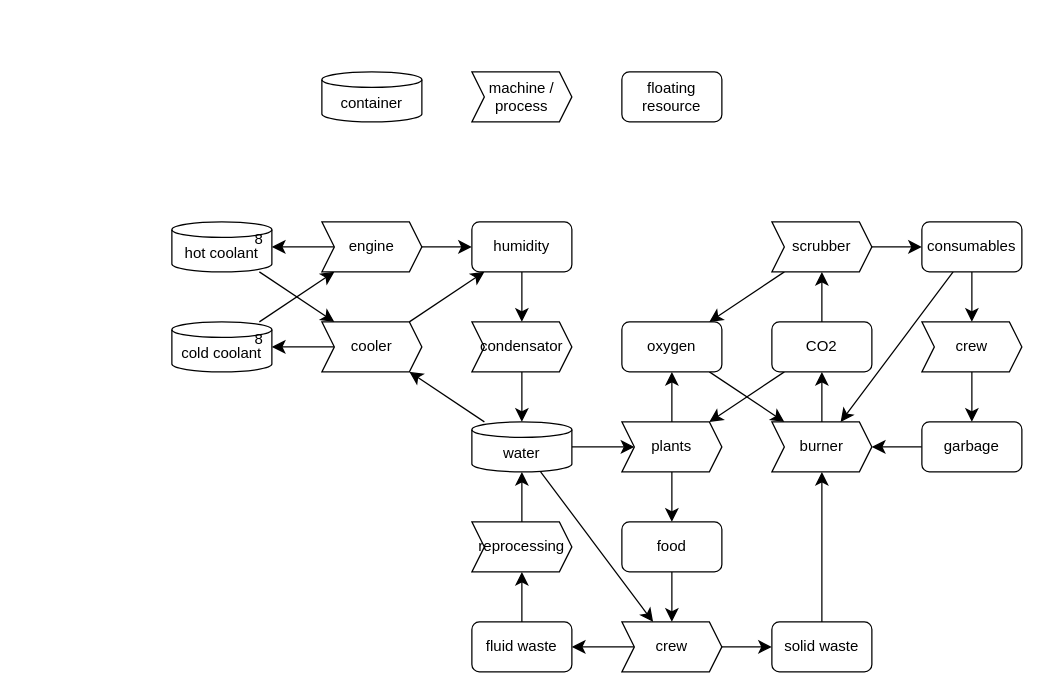
Before: resource_flow_diagram.drawio in XFajk/GMTK2025Game, a draw.io diagram. Source tidied: cells renumbered, new cells numbered last; positions are measured from the earlier drawing's top-left corner, leaving out a move shared by most shapes. Both pictures are drawn from the tidied source at 125%, with x=0, y=0 at pixel (171, 71).
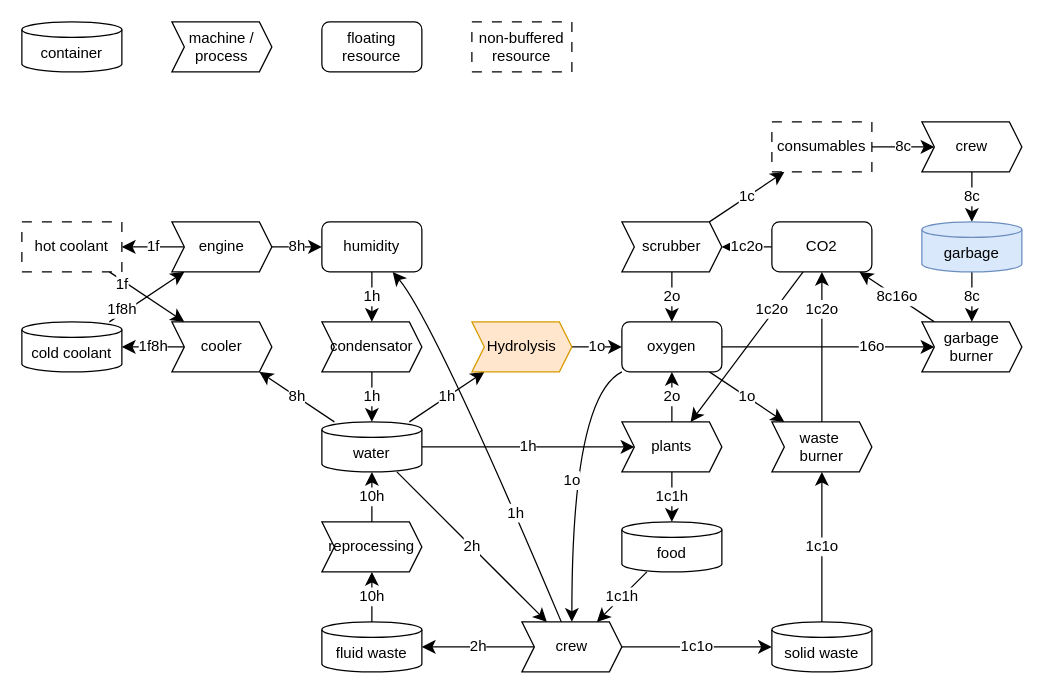
The same page after the edit.

Commit message:
add atoms to resource flows

Unchanged cells that the change refers to:
```xml
<mxCell id="10" value="oxygen" style="rounded=1;whiteSpace=wrap;html=1;" parent="1" vertex="1">
  <mxGeometry x="360" y="200" width="80" height="40" as="geometry" />
</mxCell>
<mxCell id="23" value="plants" style="shape=step;perimeter=stepPerimeter;whiteSpace=wrap;html=1;fixedSize=1;size=10;" parent="1" vertex="1">
  <mxGeometry x="360" y="280" width="80" height="40" as="geometry" />
</mxCell>
```

What changed in the source:
```diff
@@
     <mxCell id="2" value="container" style="shape=cylinder3;whiteSpace=wrap;html=1;boundedLbl=1;backgroundOutline=1;size=6.206904970366395;" parent="1" vertex="1">
-      <mxGeometry x="120" width="80" height="40" as="geometry" />
+      <mxGeometry x="-120" y="-40" width="80" height="40" as="geometry" />
     </mxCell>
     <mxCell id="3" value="machine / process" style="shape=step;perimeter=stepPerimeter;whiteSpace=wrap;html=1;fixedSize=1;size=10;" parent="1" vertex="1">
-      <mxGeometry x="240" width="80" height="40" as="geometry" />
+      <mxGeometry y="-40" width="80" height="40" as="geometry" />
     </mxCell>
     <mxCell id="4" value="floating resource" style="rounded=1;whiteSpace=wrap;html=1;" parent="1" vertex="1">
-      <mxGeometry x="360" width="80" height="40" as="geometry" />
+      <mxGeometry x="120" y="-40" width="80" height="40" as="geometry" />
     </mxCell>
-    <mxCell id="5" style="edgeStyle=none;curved=1;rounded=0;jettySize=auto;html=1;fontSize=12;startSize=8;endSize=8;" parent="1" edge="1" source="8" target="20">
+    <mxCell id="5" value="8h" style="edgeStyle=none;curved=1;rounded=0;jettySize=auto;html=1;fontSize=12;startSize=8;endSize=8;" parent="1" edge="1" source="8" target="20">
       <mxGeometry relative="1" as="geometry" />
     </mxCell>
-    <mxCell id="6" style="edgeStyle=none;curved=1;rounded=0;jettySize=auto;html=1;fontSize=12;startSize=8;endSize=8;" parent="1" edge="1" source="8" target="23">
+    <mxCell id="6" value="1h" style="edgeStyle=none;curved=1;rounded=0;jettySize=auto;html=1;fontSize=12;startSize=8;endSize=8;" parent="1" edge="1" source="8" target="23">
       <mxGeometry relative="1" as="geometry" />
     </mxCell>
-    <mxCell id="7" style="edgeStyle=none;curved=1;rounded=0;jettySize=auto;html=1;fontSize=12;startSize=8;endSize=8;" parent="1" edge="1" source="8" target="30">
+    <mxCell id="7" value="2h" style="edgeStyle=none;curved=1;rounded=0;jettySize=auto;html=1;fontSize=12;startSize=8;endSize=8;" parent="1" edge="1" source="8" target="30">
       <mxGeometry relative="1" as="geometry" />
     </mxCell>
+    <mxCell id="56" value="1h" style="edgeStyle=none;curved=1;rounded=0;jettySize=auto;html=1;fontSize=12;startSize=8;endSize=8;" parent="1" edge="1" source="8" target="61">
+      <mxGeometry relative="1" as="geometry" />
+    </mxCell>
     <mxCell id="8" value="water" style="shape=cylinder3;whiteSpace=wrap;html=1;boundedLbl=1;backgroundOutline=1;size=6.206904970366395;" parent="1" vertex="1">
-      <mxGeometry x="240" y="280" width="80" height="40" as="geometry" />
+      <mxGeometry x="120" y="280" width="80" height="40" as="geometry" />
     </mxCell>
-    <mxCell id="9" style="edgeStyle=none;curved=1;rounded=0;jettySize=auto;html=1;fontSize=12;startSize=8;endSize=8;" parent="1" edge="1" source="10" target="51">
+    <mxCell id="9" value="1o" style="edgeStyle=none;curved=1;rounded=0;jettySize=auto;html=1;fontSize=12;startSize=8;endSize=8;" parent="1" edge="1" source="10" target="51">
       <mxGeometry relative="1" as="geometry" />
     </mxCell>
+    <mxCell id="57" value="1o" style="edgeStyle=none;curved=1;rounded=0;jettySize=auto;html=1;fontSize=12;startSize=8;endSize=8;" parent="1" edge="1" source="10" target="30">
+      <mxGeometry relative="1" as="geometry">
+        <Array as="points">
+          <mxPoint x="320" y="260" />
+        </Array>
+      </mxGeometry>
+    </mxCell>
+    <mxCell id="58" value="16o" style="edgeStyle=none;curved=1;rounded=0;jettySize=auto;html=1;fontSize=12;startSize=8;endSize=8;" parent="1" edge="1" source="10" target="64">
+      <mxGeometry x="0.41" relative="1" as="geometry" />
+    </mxCell>
@@
-    <mxCell id="11" style="edgeStyle=none;curved=1;rounded=0;jettySize=auto;html=1;fontSize=12;startSize=8;endSize=8;" parent="1" edge="1" source="12" target="20">
-      <mxGeometry relative="1" as="geometry" />
+    <mxCell id="11" value="1f" style="edgeStyle=none;curved=1;rounded=0;jettySize=auto;html=1;fontSize=12;startSize=8;endSize=8;" parent="1" edge="1" source="12" target="20">
+      <mxGeometry x="-0.62" y="-3" relative="1" as="geometry" />
     </mxCell>
-    <mxCell id="12" value="hot coolant" style="shape=cylinder3;whiteSpace=wrap;html=1;boundedLbl=1;backgroundOutline=1;size=6.206904970366395;" parent="1" vertex="1">
-      <mxGeometry y="120" width="80" height="40" as="geometry" />
-    </mxCell>
-    <mxCell id="13" style="edgeStyle=none;curved=1;rounded=0;jettySize=auto;html=1;fontSize=12;startSize=8;endSize=8;" parent="1" edge="1" source="14" target="17">
-      <mxGeometry relative="1" as="geometry" />
+    <mxCell id="13" value="1f8h" style="edgeStyle=none;curved=1;rounded=0;jettySize=auto;html=1;fontSize=12;startSize=8;endSize=8;" parent="1" edge="1" source="14" target="17">
+      <mxGeometry x="-0.62" y="3" relative="1" as="geometry" />
     </mxCell>
     <mxCell id="14" value="cold coolant" style="shape=cylinder3;whiteSpace=wrap;html=1;boundedLbl=1;backgroundOutline=1;size=6.206904970366395;" parent="1" vertex="1">
-      <mxGeometry y="200" width="80" height="40" as="geometry" />
+      <mxGeometry x="-120" y="200" width="80" height="40" as="geometry" />
     </mxCell>
-    <mxCell id="15" style="edgeStyle=none;curved=1;rounded=0;jettySize=auto;html=1;fontSize=12;startSize=8;endSize=8;" parent="1" edge="1" source="17" target="12">
+    <mxCell id="15" value="1f" style="edgeStyle=none;curved=1;rounded=0;jettySize=auto;html=1;fontSize=12;startSize=8;endSize=8;" parent="1" edge="1" source="17" target="12">
       <mxGeometry relative="1" as="geometry" />
     </mxCell>
-    <mxCell id="16" style="edgeStyle=none;curved=1;rounded=0;jettySize=auto;html=1;fontSize=12;startSize=8;endSize=8;" parent="1" edge="1" source="17" target="32">
+    <mxCell id="16" value="8h" style="edgeStyle=none;curved=1;rounded=0;jettySize=auto;html=1;fontSize=12;startSize=8;endSize=8;" parent="1" edge="1" source="17" target="32">
       <mxGeometry relative="1" as="geometry" />
     </mxCell>
     <mxCell id="17" value="engine" style="shape=step;perimeter=stepPerimeter;whiteSpace=wrap;html=1;fixedSize=1;size=10;" parent="1" vertex="1">
-      <mxGeometry x="120" y="120" width="80" height="40" as="geometry" />
+      <mxGeometry y="120" width="80" height="40" as="geometry" />
     </mxCell>
-    <mxCell id="18" style="edgeStyle=none;curved=1;rounded=0;jettySize=auto;html=1;fontSize=12;startSize=8;endSize=8;" parent="1" edge="1" source="20" target="14">
+    <mxCell id="18" value="1f8h" style="edgeStyle=none;curved=1;rounded=0;jettySize=auto;html=1;fontSize=12;startSize=8;endSize=8;" parent="1" edge="1" source="20" target="14">
       <mxGeometry relative="1" as="geometry" />
     </mxCell>
-    <mxCell id="19" style="edgeStyle=none;curved=1;rounded=0;jettySize=auto;html=1;fontSize=12;startSize=8;endSize=8;" parent="1" edge="1" source="20" target="32">
-      <mxGeometry relative="1" as="geometry" />
-    </mxCell>
     <mxCell id="20" value="cooler" style="shape=step;perimeter=stepPerimeter;whiteSpace=wrap;html=1;fixedSize=1;size=10;" parent="1" vertex="1">
-      <mxGeometry x="120" y="200" width="80" height="40" as="geometry" />
+      <mxGeometry y="200" width="80" height="40" as="geometry" />
     </mxCell>
-    <mxCell id="21" style="edgeStyle=none;curved=1;rounded=0;jettySize=auto;html=1;fontSize=12;startSize=8;endSize=8;" parent="1" edge="1" source="23" target="27">
+    <mxCell id="21" value="1c1h" style="edgeStyle=none;curved=1;rounded=0;jettySize=auto;html=1;fontSize=12;startSize=8;endSize=8;" parent="1" edge="1" source="23" target="27">
       <mxGeometry relative="1" as="geometry" />
     </mxCell>
-    <mxCell id="22" style="edgeStyle=none;curved=1;rounded=0;jettySize=auto;html=1;fontSize=12;startSize=8;endSize=8;" parent="1" edge="1" source="23" target="10">
+    <mxCell id="22" value="2o" style="edgeStyle=none;curved=1;rounded=0;jettySize=auto;html=1;fontSize=12;startSize=8;endSize=8;" parent="1" edge="1" source="23" target="10">
       <mxGeometry relative="1" as="geometry" />
     </mxCell>
@@
-    <mxCell id="24" style="edgeStyle=none;curved=1;rounded=0;jettySize=auto;html=1;fontSize=12;startSize=8;endSize=8;" parent="1" edge="1" source="25" target="36">
-      <mxGeometry relative="1" as="geometry" />
-    </mxCell>
-    <mxCell id="25" value="fluid waste" style="rounded=1;whiteSpace=wrap;html=1;" parent="1" vertex="1">
-      <mxGeometry x="240" y="440" width="80" height="40" as="geometry" />
-    </mxCell>
-    <mxCell id="26" style="edgeStyle=none;curved=1;rounded=0;jettySize=auto;html=1;fontSize=12;startSize=8;endSize=8;" parent="1" edge="1" source="27" target="30">
+    <mxCell id="26" value="1c1h" style="edgeStyle=none;curved=1;rounded=0;jettySize=auto;html=1;fontSize=12;startSize=8;endSize=8;" parent="1" edge="1" source="27" target="30">
       <mxGeometry relative="1" as="geometry" />
     </mxCell>
-    <mxCell id="27" value="food" style="rounded=1;whiteSpace=wrap;html=1;" parent="1" vertex="1">
-      <mxGeometry x="360" y="360" width="80" height="40" as="geometry" />
-    </mxCell>
+    <mxCell id="29" value="1c1o" style="edgeStyle=none;curved=1;rounded=0;jettySize=auto;html=1;fontSize=12;startSize=8;endSize=8;" parent="1" edge="1" source="30" target="55">
+      <mxGeometry relative="1" as="geometry" />
+    </mxCell>
-    <mxCell id="28" style="edgeStyle=none;curved=1;rounded=0;jettySize=auto;html=1;fontSize=12;startSize=8;endSize=8;" parent="1" edge="1" source="30" target="25">
+    <mxCell id="28" value="2h" style="edgeStyle=none;curved=1;rounded=0;jettySize=auto;html=1;fontSize=12;startSize=8;endSize=8;" parent="1" edge="1" source="30" target="25">
       <mxGeometry relative="1" as="geometry" />
     </mxCell>
-    <mxCell id="29" style="edgeStyle=none;curved=1;rounded=0;jettySize=auto;html=1;fontSize=12;startSize=8;endSize=8;" parent="1" edge="1" source="30" target="55">
-      <mxGeometry relative="1" as="geometry" />
-    </mxCell>
+    <mxCell id="59" value="1h" style="edgeStyle=none;curved=1;rounded=0;jettySize=auto;html=1;fontSize=12;startSize=8;endSize=8;" parent="1" edge="1" source="30" target="32">
+      <mxGeometry x="-0.39" relative="1" as="geometry">
+        <Array as="points">
+          <mxPoint x="210" y="200" />
+        </Array>
+      </mxGeometry>
+    </mxCell>
     <mxCell id="30" value="crew" style="shape=step;perimeter=stepPerimeter;whiteSpace=wrap;html=1;fixedSize=1;size=10;" parent="1" vertex="1">
-      <mxGeometry x="360" y="440" width="80" height="40" as="geometry" />
+      <mxGeometry x="280" y="440" width="80" height="40" as="geometry" />
     </mxCell>
-    <mxCell id="31" style="edgeStyle=none;curved=1;rounded=0;jettySize=auto;html=1;fontSize=12;startSize=8;endSize=8;" parent="1" edge="1" source="32" target="34">
+    <mxCell id="31" value="1h" style="edgeStyle=none;curved=1;rounded=0;jettySize=auto;html=1;fontSize=12;startSize=8;endSize=8;" parent="1" edge="1" source="32" target="34">
       <mxGeometry relative="1" as="geometry" />
     </mxCell>
     <mxCell id="32" value="humidity" style="rounded=1;whiteSpace=wrap;html=1;" parent="1" vertex="1">
-      <mxGeometry x="240" y="120" width="80" height="40" as="geometry" />
+      <mxGeometry x="120" y="120" width="80" height="40" as="geometry" />
     </mxCell>
-    <mxCell id="33" style="edgeStyle=none;curved=1;rounded=0;jettySize=auto;html=1;fontSize=12;startSize=8;endSize=8;" parent="1" edge="1" source="34" target="8">
+    <mxCell id="33" value="1h" style="edgeStyle=none;curved=1;rounded=0;jettySize=auto;html=1;fontSize=12;startSize=8;endSize=8;" parent="1" edge="1" source="34" target="8">
       <mxGeometry relative="1" as="geometry" />
     </mxCell>
     <mxCell id="34" value="condensator" style="shape=step;perimeter=stepPerimeter;whiteSpace=wrap;html=1;fixedSize=1;size=10;" parent="1" vertex="1">
-      <mxGeometry x="240" y="200" width="80" height="40" as="geometry" />
+      <mxGeometry x="120" y="200" width="80" height="40" as="geometry" />
     </mxCell>
-    <mxCell id="35" style="edgeStyle=none;curved=1;rounded=0;jettySize=auto;html=1;fontSize=12;startSize=8;endSize=8;" parent="1" edge="1" source="36" target="8">
+    <mxCell id="35" value="10h" style="edgeStyle=none;curved=1;rounded=0;jettySize=auto;html=1;fontSize=12;startSize=8;endSize=8;" parent="1" edge="1" source="36" target="8">
       <mxGeometry relative="1" as="geometry" />
     </mxCell>
     <mxCell id="36" value="reprocessing" style="shape=step;perimeter=stepPerimeter;whiteSpace=wrap;html=1;fixedSize=1;size=10;" parent="1" vertex="1">
-      <mxGeometry x="240" y="360" width="80" height="40" as="geometry" />
+      <mxGeometry x="120" y="360" width="80" height="40" as="geometry" />
     </mxCell>
-    <mxCell id="37" style="edgeStyle=none;curved=1;rounded=0;jettySize=auto;html=1;fontSize=12;startSize=8;endSize=8;" parent="1" edge="1" source="40" target="23">
-      <mxGeometry relative="1" as="geometry" />
+    <mxCell id="37" value="1c2o" style="edgeStyle=none;curved=1;rounded=0;jettySize=auto;html=1;fontSize=12;startSize=8;endSize=8;" parent="1" edge="1" source="40" target="23">
+      <mxGeometry x="-0.48" y="-2" relative="1" as="geometry" />
     </mxCell>
-    <mxCell id="38" style="edgeStyle=none;curved=1;rounded=0;jettySize=auto;html=1;fontSize=12;startSize=8;endSize=8;" parent="1" edge="1" source="40" target="45">
+    <mxCell id="38" value="1c2o" style="edgeStyle=none;curved=1;rounded=0;jettySize=auto;html=1;fontSize=12;startSize=8;endSize=8;" parent="1" edge="1" source="40" target="45">
       <mxGeometry relative="1" as="geometry" />
     </mxCell>
-    <mxCell id="39" style="edgeStyle=none;curved=1;rounded=0;jettySize=auto;html=1;fontSize=12;startSize=8;endSize=8;" parent="1" edge="1" source="45" target="10">
+    <mxCell id="39" value="2o" style="edgeStyle=none;curved=1;rounded=0;jettySize=auto;html=1;fontSize=12;startSize=8;endSize=8;" parent="1" edge="1" source="45" target="10">
       <mxGeometry relative="1" as="geometry" />
     </mxCell>
     <mxCell id="40" value="CO2" style="rounded=1;whiteSpace=wrap;html=1;" parent="1" vertex="1">
-      <mxGeometry x="480" y="200" width="80" height="40" as="geometry" />
+      <mxGeometry x="480" y="120" width="80" height="40" as="geometry" />
     </mxCell>
-    <mxCell id="41" style="edgeStyle=none;curved=1;rounded=0;jettySize=auto;html=1;fontSize=12;startSize=8;endSize=8;" parent="1" edge="1" source="43" target="47">
-      <mxGeometry relative="1" as="geometry" />
-    </mxCell>
-    <mxCell id="42" style="edgeStyle=none;curved=1;rounded=0;jettySize=auto;html=1;fontSize=12;startSize=8;endSize=8;" parent="1" edge="1" source="43" target="51">
-      <mxGeometry relative="1" as="geometry" />
-    </mxCell>
-    <mxCell id="43" value="consumables" style="rounded=1;whiteSpace=wrap;html=1;" parent="1" vertex="1">
-      <mxGeometry x="600" y="120" width="80" height="40" as="geometry" />
-    </mxCell>
-    <mxCell id="44" style="edgeStyle=none;curved=1;rounded=0;jettySize=auto;html=1;fontSize=12;startSize=8;endSize=8;" parent="1" edge="1" source="45" target="43">
+    <mxCell id="44" value="1c" style="edgeStyle=none;curved=1;rounded=0;jettySize=auto;html=1;fontSize=12;startSize=8;endSize=8;" parent="1" edge="1" source="45" target="43">
       <mxGeometry relative="1" as="geometry" />
     </mxCell>
     <mxCell id="45" value="scrubber" style="shape=step;perimeter=stepPerimeter;whiteSpace=wrap;html=1;fixedSize=1;size=10;" parent="1" vertex="1">
-      <mxGeometry x="480" y="120" width="80" height="40" as="geometry" />
+      <mxGeometry x="360" y="120" width="80" height="40" as="geometry" />
     </mxCell>
-    <mxCell id="46" style="edgeStyle=none;curved=1;rounded=0;jettySize=auto;html=1;fontSize=12;startSize=8;endSize=8;" parent="1" edge="1" source="47" target="49">
+    <mxCell id="46" value="8c" style="edgeStyle=none;curved=1;rounded=0;jettySize=auto;html=1;fontSize=12;startSize=8;endSize=8;" parent="1" edge="1" source="47" target="49">
       <mxGeometry relative="1" as="geometry" />
     </mxCell>
     <mxCell id="47" value="crew" style="shape=step;perimeter=stepPerimeter;whiteSpace=wrap;html=1;fixedSize=1;size=10;" parent="1" vertex="1">
-      <mxGeometry x="600" y="200" width="80" height="40" as="geometry" />
+      <mxGeometry x="600" y="40" width="80" height="40" as="geometry" />
     </mxCell>
-    <mxCell id="48" style="edgeStyle=none;curved=1;rounded=0;jettySize=auto;html=1;fontSize=12;startSize=8;endSize=8;" parent="1" edge="1" source="49" target="51">
+    <mxCell id="48" value="8c" style="edgeStyle=none;curved=1;rounded=0;jettySize=auto;html=1;fontSize=12;startSize=8;endSize=8;" parent="1" edge="1" source="49" target="64">
       <mxGeometry relative="1" as="geometry" />
     </mxCell>
-    <mxCell id="49" value="garbage" style="rounded=1;whiteSpace=wrap;html=1;" parent="1" vertex="1">
-      <mxGeometry x="600" y="280" width="80" height="40" as="geometry" />
-    </mxCell>
-    <mxCell id="50" style="edgeStyle=none;curved=1;rounded=0;jettySize=auto;html=1;fontSize=12;startSize=8;endSize=8;" parent="1" edge="1" source="51" target="40">
-      <mxGeometry relative="1" as="geometry" />
+    <mxCell id="50" value="1c2o" style="edgeStyle=none;curved=1;rounded=0;jettySize=auto;html=1;fontSize=12;startSize=8;endSize=8;" parent="1" edge="1" source="51" target="40">
+      <mxGeometry x="0.5" relative="1" as="geometry" />
     </mxCell>
-    <mxCell id="51" value="burner" style="shape=step;perimeter=stepPerimeter;whiteSpace=wrap;html=1;fixedSize=1;size=10;" parent="1" vertex="1">
+    <mxCell id="51" value="waste&amp;nbsp;&lt;div&gt;burner&lt;/div&gt;" style="shape=step;perimeter=stepPerimeter;whiteSpace=wrap;html=1;fixedSize=1;size=10;" parent="1" vertex="1">
       <mxGeometry x="480" y="280" width="80" height="40" as="geometry" />
     </mxCell>
-    <mxCell id="52" value="8" style="text;html=1;align=center;verticalAlign=top;whiteSpace=wrap;rounded=0;" parent="1" vertex="1">
-      <mxGeometry x="60" y="120" width="20" height="40" as="geometry" />
-    </mxCell>
-    <mxCell id="53" value="8" style="text;html=1;align=center;verticalAlign=top;whiteSpace=wrap;rounded=0;" parent="1" vertex="1">
-      <mxGeometry x="60" y="200" width="20" height="40" as="geometry" />
-    </mxCell>
+    <mxCell id="60" value="1o" style="edgeStyle=none;curved=1;rounded=0;jettySize=auto;html=1;fontSize=12;startSize=8;endSize=8;" parent="1" edge="1" source="61" target="10">
+      <mxGeometry relative="1" as="geometry" />
+    </mxCell>
+    <mxCell id="61" value="Hydrolysis" style="shape=step;perimeter=stepPerimeter;whiteSpace=wrap;html=1;fixedSize=1;size=10;fillColor=#ffe6cc;strokeColor=#d79b00;" parent="1" vertex="1">
+      <mxGeometry x="240" y="200" width="80" height="40" as="geometry" />
+    </mxCell>
+    <mxCell id="62" value="non-buffered&lt;div&gt;resource&lt;/div&gt;" style="rounded=0;whiteSpace=wrap;html=1;dashed=1;dashPattern=8 8;" parent="1" vertex="1">
+      <mxGeometry x="240" y="-40" width="80" height="40" as="geometry" />
+    </mxCell>
+    <mxCell id="41" value="8c" style="edgeStyle=none;curved=1;rounded=0;jettySize=auto;html=1;fontSize=12;startSize=8;endSize=8;" parent="1" edge="1" source="43" target="47">
+      <mxGeometry relative="1" as="geometry" />
+    </mxCell>
+    <mxCell id="43" value="consumables" style="rounded=0;whiteSpace=wrap;html=1;dashed=1;dashPattern=8 8;" parent="1" vertex="1">
+      <mxGeometry x="480" y="40" width="80" height="40" as="geometry" />
+    </mxCell>
+    <mxCell id="49" value="garbage" style="shape=cylinder3;whiteSpace=wrap;html=1;boundedLbl=1;backgroundOutline=1;size=6.206904970366395;fillColor=#dae8fc;strokeColor=#6c8ebf;" parent="1" vertex="1">
+      <mxGeometry x="600" y="120" width="80" height="40" as="geometry" />
+    </mxCell>
-    <mxCell id="54" style="edgeStyle=none;curved=1;rounded=0;jettySize=auto;html=1;fontSize=12;startSize=8;endSize=8;" parent="1" edge="1" source="55" target="51">
+    <mxCell id="54" value="1c1o" style="edgeStyle=none;curved=1;rounded=0;jettySize=auto;html=1;fontSize=12;startSize=8;endSize=8;" parent="1" edge="1" source="55" target="51">
       <mxGeometry relative="1" as="geometry" />
     </mxCell>
-    <mxCell id="55" value="solid waste" style="rounded=1;whiteSpace=wrap;html=1;" parent="1" vertex="1">
+    <mxCell id="55" value="solid waste" style="shape=cylinder3;whiteSpace=wrap;html=1;boundedLbl=1;backgroundOutline=1;size=6.206904970366395;" parent="1" vertex="1">
       <mxGeometry x="480" y="440" width="80" height="40" as="geometry" />
     </mxCell>
+    <mxCell id="24" value="10h" style="edgeStyle=none;curved=1;rounded=0;jettySize=auto;html=1;fontSize=12;startSize=8;endSize=8;" parent="1" edge="1" source="25" target="36">
+      <mxGeometry relative="1" as="geometry" />
+    </mxCell>
+    <mxCell id="25" value="fluid waste" style="shape=cylinder3;whiteSpace=wrap;html=1;boundedLbl=1;backgroundOutline=1;size=6.206904970366395;" parent="1" vertex="1">
+      <mxGeometry x="120" y="440" width="80" height="40" as="geometry" />
+    </mxCell>
+    <mxCell id="27" value="food" style="shape=cylinder3;whiteSpace=wrap;html=1;boundedLbl=1;backgroundOutline=1;size=6.206904970366395;" parent="1" vertex="1">
+      <mxGeometry x="360" y="360" width="80" height="40" as="geometry" />
+    </mxCell>
+    <mxCell id="63" value="8c16o" style="edgeStyle=none;curved=1;rounded=0;jettySize=auto;html=1;fontSize=12;startSize=8;endSize=8;" parent="1" edge="1" source="64" target="40">
+      <mxGeometry relative="1" as="geometry" />
+    </mxCell>
+    <mxCell id="64" value="garbage burner" style="shape=step;perimeter=stepPerimeter;whiteSpace=wrap;html=1;fixedSize=1;size=10;" parent="1" vertex="1">
+      <mxGeometry x="600" y="200" width="80" height="40" as="geometry" />
+    </mxCell>
+    <mxCell id="12" value="hot coolant" style="rounded=0;whiteSpace=wrap;html=1;dashed=1;dashPattern=8 8;" parent="1" vertex="1">
+      <mxGeometry x="-120" y="120" width="80" height="40" as="geometry" />
+    </mxCell>
```
